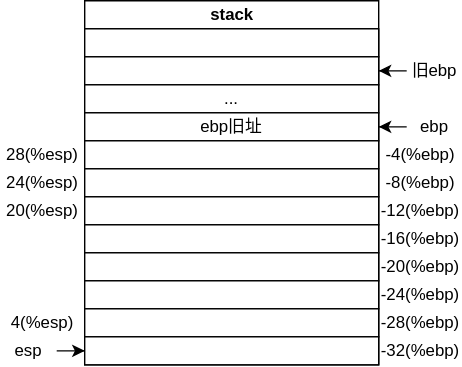
The draw.io diagram drawio/x86callFunc.drawio.svg in Stolorzs/Picgo, before a commit. Source tidied: cells renumbered, new cells last; positions are measured from the earlier drawing's top-left corner, leaving out a move shared by most shapes. Source of this version:
```xml
<mxGraphModel>
  <root>
    <mxCell id="0" />
    <mxCell id="1" parent="0" />
    <mxCell id="2" value="stack" style="swimlane;horizontal=1;startSize=20;html=1;" parent="1" vertex="1">
      <mxGeometry x="60" width="210" height="260" as="geometry" />
    </mxCell>
    <mxCell id="3" style="rounded=0;whiteSpace=wrap;html=1;" parent="2" vertex="1">
      <mxGeometry y="20" width="210" height="20" as="geometry" />
    </mxCell>
    <mxCell id="4" style="rounded=0;whiteSpace=wrap;html=1;" parent="2" vertex="1">
      <mxGeometry y="40" width="210" height="20" as="geometry" />
    </mxCell>
    <mxCell id="5" value="..." style="rounded=0;whiteSpace=wrap;html=1;" parent="2" vertex="1">
      <mxGeometry y="60" width="210" height="20" as="geometry" />
    </mxCell>
    <mxCell id="6" value="ebp旧址" style="rounded=0;whiteSpace=wrap;html=1;" parent="2" vertex="1">
      <mxGeometry y="80" width="210" height="20" as="geometry" />
    </mxCell>
    <mxCell id="7" style="rounded=0;whiteSpace=wrap;html=1;" parent="2" vertex="1">
      <mxGeometry y="100" width="210" height="20" as="geometry" />
    </mxCell>
    <mxCell id="8" style="rounded=0;whiteSpace=wrap;html=1;" parent="2" vertex="1">
      <mxGeometry y="120" width="210" height="20" as="geometry" />
    </mxCell>
    <mxCell id="9" style="rounded=0;whiteSpace=wrap;html=1;" parent="2" vertex="1">
      <mxGeometry y="140" width="210" height="20" as="geometry" />
    </mxCell>
    <mxCell id="10" style="rounded=0;whiteSpace=wrap;html=1;" parent="2" vertex="1">
      <mxGeometry y="160" width="210" height="20" as="geometry" />
    </mxCell>
    <mxCell id="11" style="rounded=0;whiteSpace=wrap;html=1;" parent="2" vertex="1">
      <mxGeometry y="180" width="210" height="20" as="geometry" />
    </mxCell>
    <mxCell id="12" style="rounded=0;whiteSpace=wrap;html=1;" parent="2" vertex="1">
      <mxGeometry y="200" width="210" height="20" as="geometry" />
    </mxCell>
    <mxCell id="13" style="rounded=0;whiteSpace=wrap;html=1;" parent="2" vertex="1">
      <mxGeometry y="220" width="210" height="20" as="geometry" />
    </mxCell>
    <mxCell id="14" style="rounded=0;whiteSpace=wrap;html=1;" parent="2" vertex="1">
      <mxGeometry y="240" width="210" height="20" as="geometry" />
    </mxCell>
    <mxCell id="15" style="edgeStyle=orthogonalEdgeStyle;rounded=0;jettySize=auto;html=1;" parent="1" edge="1" source="16" target="14">
      <mxGeometry relative="1" as="geometry" />
    </mxCell>
    <mxCell id="16" value="esp" style="text;html=1;align=center;verticalAlign=middle;whiteSpace=wrap;rounded=0;" parent="1" vertex="1">
      <mxGeometry y="240" width="40" height="20" as="geometry" />
    </mxCell>
    <mxCell id="17" style="edgeStyle=orthogonalEdgeStyle;rounded=0;jettySize=auto;html=1;" parent="1" edge="1" source="18" target="6">
      <mxGeometry relative="1" as="geometry" />
    </mxCell>
    <mxCell id="18" value="ebp" style="text;html=1;align=center;verticalAlign=middle;whiteSpace=wrap;rounded=0;" parent="1" vertex="1">
      <mxGeometry x="290" y="80" width="40" height="20" as="geometry" />
    </mxCell>
    <mxCell id="19" style="edgeStyle=orthogonalEdgeStyle;rounded=0;jettySize=auto;html=1;" parent="1" edge="1" source="20" target="4">
      <mxGeometry relative="1" as="geometry" />
    </mxCell>
    <mxCell id="20" value="旧ebp" style="text;html=1;align=center;verticalAlign=middle;whiteSpace=wrap;rounded=0;" parent="1" vertex="1">
      <mxGeometry x="290" y="40" width="40" height="20" as="geometry" />
    </mxCell>
    <mxCell id="21" value="28(%esp)" style="text;html=1;align=center;verticalAlign=middle;whiteSpace=wrap;rounded=0;" parent="1" vertex="1">
      <mxGeometry x="10" y="100" width="40" height="20" as="geometry" />
    </mxCell>
    <mxCell id="22" value="24(%esp)" style="text;html=1;align=center;verticalAlign=middle;whiteSpace=wrap;rounded=0;" parent="1" vertex="1">
      <mxGeometry x="10" y="120" width="40" height="20" as="geometry" />
    </mxCell>
    <mxCell id="23" value="20(%esp)" style="text;html=1;align=center;verticalAlign=middle;whiteSpace=wrap;rounded=0;" parent="1" vertex="1">
      <mxGeometry x="10" y="140" width="40" height="20" as="geometry" />
    </mxCell>
    <mxCell id="24" value="4(%esp)" style="text;html=1;align=center;verticalAlign=middle;whiteSpace=wrap;rounded=0;" parent="1" vertex="1">
      <mxGeometry x="10" y="220" width="40" height="20" as="geometry" />
    </mxCell>
    <mxCell id="25" value="-4(%ebp)" style="text;html=1;align=center;verticalAlign=middle;whiteSpace=wrap;rounded=0;" parent="1" vertex="1">
      <mxGeometry x="280" y="100" width="40" height="20" as="geometry" />
    </mxCell>
    <mxCell id="26" value="-8(%ebp)" style="text;html=1;align=center;verticalAlign=middle;whiteSpace=wrap;rounded=0;" parent="1" vertex="1">
      <mxGeometry x="280" y="120" width="40" height="20" as="geometry" />
    </mxCell>
    <mxCell id="27" value="-12(%ebp)" style="text;html=1;align=center;verticalAlign=middle;whiteSpace=wrap;rounded=0;" parent="1" vertex="1">
      <mxGeometry x="280" y="140" width="40" height="20" as="geometry" />
    </mxCell>
    <mxCell id="28" value="-16(%ebp)" style="text;html=1;align=center;verticalAlign=middle;whiteSpace=wrap;rounded=0;" parent="1" vertex="1">
      <mxGeometry x="280" y="160" width="40" height="20" as="geometry" />
    </mxCell>
    <mxCell id="29" value="-20(%ebp)" style="text;html=1;align=center;verticalAlign=middle;whiteSpace=wrap;rounded=0;" parent="1" vertex="1">
      <mxGeometry x="280" y="180" width="40" height="20" as="geometry" />
    </mxCell>
    <mxCell id="30" value="-24(%ebp)" style="text;html=1;align=center;verticalAlign=middle;whiteSpace=wrap;rounded=0;" parent="1" vertex="1">
      <mxGeometry x="280" y="200" width="40" height="20" as="geometry" />
    </mxCell>
    <mxCell id="31" value="-28(%ebp)" style="text;html=1;align=center;verticalAlign=middle;whiteSpace=wrap;rounded=0;" parent="1" vertex="1">
      <mxGeometry x="280" y="220" width="40" height="20" as="geometry" />
    </mxCell>
    <mxCell id="32" value="-32(%ebp)" style="text;html=1;align=center;verticalAlign=middle;whiteSpace=wrap;rounded=0;" parent="1" vertex="1">
      <mxGeometry x="280" y="240" width="40" height="20" as="geometry" />
    </mxCell>
  </root>
</mxGraphModel>
```
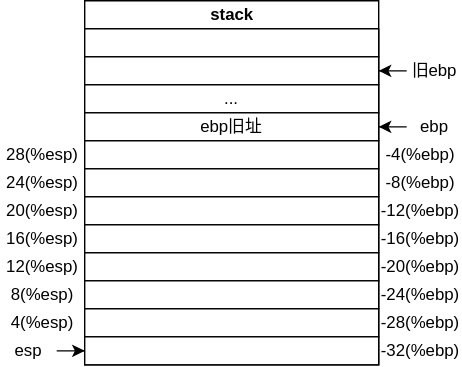
The same file after the commit.

Change to the diagram source:
```diff
@@ -95,5 +95,14 @@
     <mxCell id="32" value="-32(%ebp)" style="text;html=1;align=center;verticalAlign=middle;whiteSpace=wrap;rounded=0;" parent="1" vertex="1">
       <mxGeometry x="280" y="240" width="40" height="20" as="geometry" />
     </mxCell>
+    <mxCell id="33" value="16(%esp)" style="text;html=1;align=center;verticalAlign=middle;whiteSpace=wrap;rounded=0;" parent="1" vertex="1">
+      <mxGeometry x="10" y="160" width="40" height="20" as="geometry" />
+    </mxCell>
+    <mxCell id="34" value="12(%esp)" style="text;html=1;align=center;verticalAlign=middle;whiteSpace=wrap;rounded=0;" parent="1" vertex="1">
+      <mxGeometry x="10" y="180" width="40" height="20" as="geometry" />
+    </mxCell>
+    <mxCell id="35" value="8(%esp)" style="text;html=1;align=center;verticalAlign=middle;whiteSpace=wrap;rounded=0;" parent="1" vertex="1">
+      <mxGeometry x="10" y="200" width="40" height="20" as="geometry" />
+    </mxCell>
   </root>
 </mxGraphModel>
```
